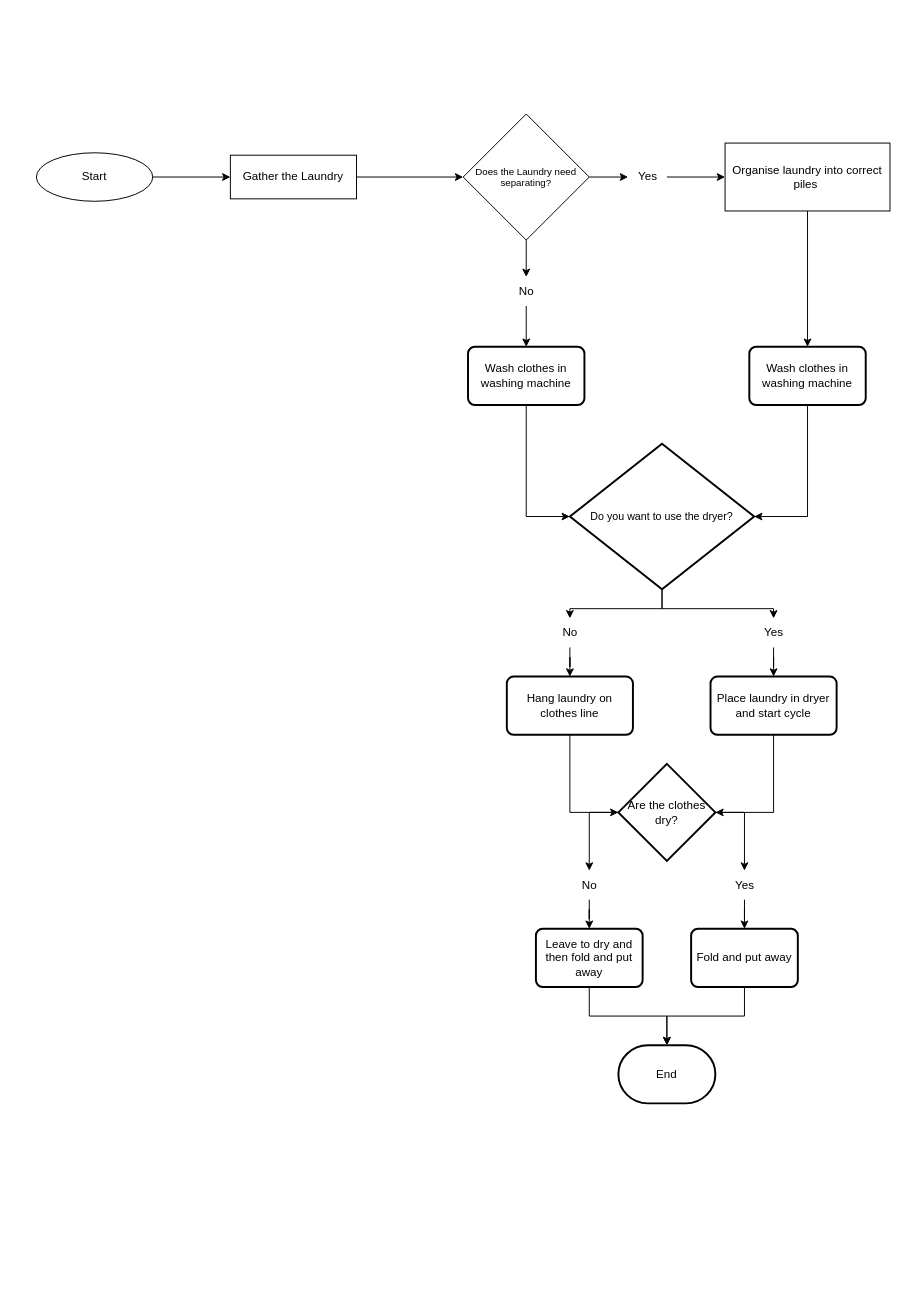
Before: Untitled Diagram.drawio in 200041237/HelloWorld, a draw.io diagram. Source tidied: cells renumbered, new cells numbered last; positions are measured from the earlier drawing's top-left corner, leaving out a move shared by most shapes. Both pictures are drawn from the tidied source at 97%, with x=0, y=0 at pixel (36, 113).
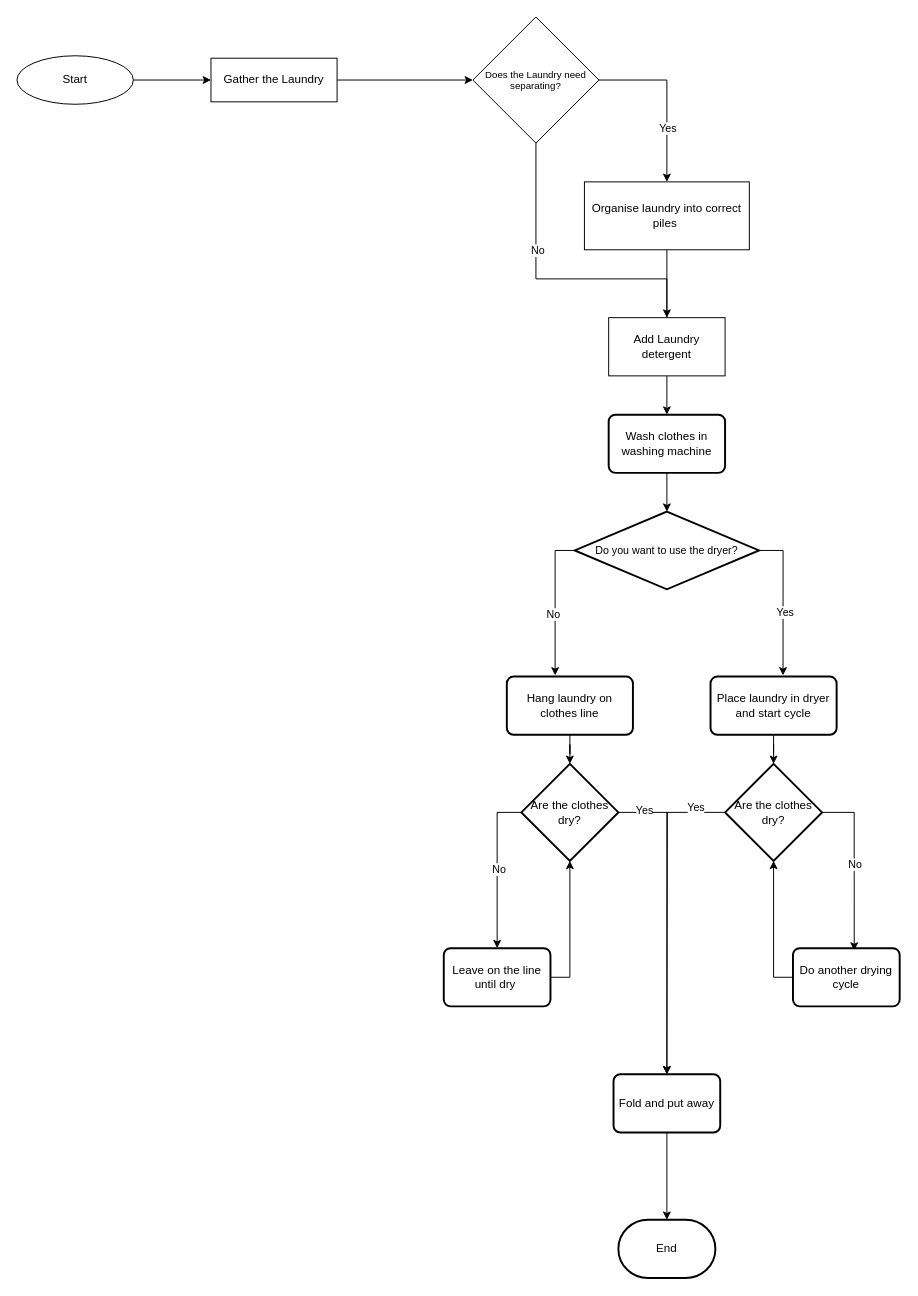
The same page after the edit.

Unchanged cells that the change refers to:
```xml
<mxCell id="26" value="Place laundry in dryer and start cycle" style="rounded=1;whiteSpace=wrap;html=1;absoluteArcSize=1;arcSize=14;strokeWidth=2;" parent="1" vertex="1">
  <mxGeometry x="695" y="580" width="130" height="60" as="geometry" />
</mxCell>
<mxCell id="27" value="Hang laundry on clothes line" style="rounded=1;whiteSpace=wrap;html=1;absoluteArcSize=1;arcSize=14;strokeWidth=2;" parent="1" vertex="1">
  <mxGeometry x="485" y="580" width="130" height="60" as="geometry" />
</mxCell>
```

Change to the diagram source:
```diff
@@
     <mxCell id="3" value="Start" style="ellipse;whiteSpace=wrap;html=1;" parent="1" vertex="1">
-      <mxGeometry y="40" width="120" height="50" as="geometry" />
+      <mxGeometry x="-20" y="-60" width="120" height="50" as="geometry" />
     </mxCell>
@@
     <mxCell id="5" value="Gather the Laundry" style="rounded=0;whiteSpace=wrap;html=1;" parent="1" vertex="1">
-      <mxGeometry x="200" y="42.5" width="130" height="45" as="geometry" />
+      <mxGeometry x="180" y="-57.5" width="130" height="45" as="geometry" />
     </mxCell>
-    <mxCell id="6" style="edgeStyle=orthogonalEdgeStyle;rounded=0;jettySize=auto;html=1;" parent="1" edge="1" source="8" target="12">
-      <mxGeometry relative="1" as="geometry">
-        <Array as="points">
-          <mxPoint x="505" y="190" />
-          <mxPoint x="505" y="190" />
-        </Array>
-      </mxGeometry>
-    </mxCell>
-    <mxCell id="7" style="edgeStyle=orthogonalEdgeStyle;rounded=0;jettySize=auto;html=1;" parent="1" edge="1" source="8" target="10">
-      <mxGeometry relative="1" as="geometry" />
-    </mxCell>
+    <mxCell id="42" style="edgeStyle=orthogonalEdgeStyle;rounded=0;jettySize=auto;html=1;exitX=0.5;exitY=1;exitDx=0;exitDy=0;" parent="1" edge="1" source="8">
+      <mxGeometry relative="1" as="geometry">
+        <mxPoint x="650" y="220" as="targetPoint" />
+        <Array as="points">
+          <mxPoint x="515" y="170" />
+          <mxPoint x="650" y="170" />
+        </Array>
+      </mxGeometry>
+    </mxCell>
+    <mxCell id="43" value="No" style="edgeLabel;html=1;align=center;verticalAlign=middle;" parent="42" vertex="1">
+      <mxGeometry x="-0.32" y="1" relative="1" as="geometry" />
+    </mxCell>
+    <mxCell id="44" style="edgeStyle=orthogonalEdgeStyle;rounded=0;jettySize=auto;html=1;entryX=0.5;entryY=0;entryDx=0;entryDy=0;exitX=1;exitY=0.5;exitDx=0;exitDy=0;" parent="1" edge="1" source="8" target="14">
+      <mxGeometry relative="1" as="geometry" />
+    </mxCell>
+    <mxCell id="45" value="Yes" style="edgeLabel;html=1;align=center;verticalAlign=middle;" parent="44" vertex="1">
+      <mxGeometry x="0.36" relative="1" as="geometry" />
+    </mxCell>
     <mxCell id="8" value="Does the Laundry need separating?" style="rhombus;align=center;whiteSpace=wrap;html=1;labelBorderColor=none;fontSize=10;" parent="1" vertex="1">
-      <mxGeometry x="440" width="130" height="130" as="geometry" />
+      <mxGeometry x="450" y="-100" width="130" height="130" as="geometry" />
     </mxCell>
-    <mxCell id="9" style="edgeStyle=orthogonalEdgeStyle;rounded=0;jettySize=auto;html=1;" parent="1" edge="1" source="10" target="14">
-      <mxGeometry relative="1" as="geometry" />
+    <mxCell id="9" style="edgeStyle=orthogonalEdgeStyle;rounded=0;jettySize=auto;html=1;" parent="1" edge="1" target="14">
+      <mxGeometry relative="1" as="geometry">
+        <mxPoint x="630" y="80" as="sourcePoint" />
+      </mxGeometry>
     </mxCell>
-    <mxCell id="10" value="Yes" style="text;html=1;align=center;verticalAlign=middle;points=[];strokeColor=none;fillColor=none;" parent="1" vertex="1">
-      <mxGeometry x="610" y="50" width="40" height="30" as="geometry" />
-    </mxCell>
-    <mxCell id="11" style="edgeStyle=orthogonalEdgeStyle;rounded=0;jettySize=auto;html=1;entryX=0.5;entryY=0;entryDx=0;entryDy=0;" parent="1" edge="1" source="12" target="15">
-      <mxGeometry relative="1" as="geometry" />
-    </mxCell>
-    <mxCell id="12" value="No" style="text;html=1;align=center;verticalAlign=middle;points=[];strokeColor=none;fillColor=none;" parent="1" vertex="1">
-      <mxGeometry x="485" y="168" width="40" height="30" as="geometry" />
-    </mxCell>
-    <mxCell id="13" style="edgeStyle=orthogonalEdgeStyle;rounded=0;jettySize=auto;html=1;entryX=0.5;entryY=0;entryDx=0;entryDy=0;" parent="1" edge="1" source="14" target="16">
-      <mxGeometry relative="1" as="geometry" />
-    </mxCell>
+    <mxCell id="46" style="edgeStyle=orthogonalEdgeStyle;rounded=0;jettySize=auto;html=1;entryX=0.5;entryY=0;entryDx=0;entryDy=0;" parent="1" edge="1" source="14" target="60">
+      <mxGeometry relative="1" as="geometry" />
+    </mxCell>
     <mxCell id="14" value="Organise laundry into correct piles&amp;nbsp;" style="rounded=0;whiteSpace=wrap;html=1;" parent="1" vertex="1">
-      <mxGeometry x="710" y="30" width="170" height="70" as="geometry" />
+      <mxGeometry x="565" y="70" width="170" height="70" as="geometry" />
     </mxCell>
+    <mxCell id="21" style="edgeStyle=orthogonalEdgeStyle;rounded=0;jettySize=auto;html=1;" parent="1" edge="1" source="15" target="19">
+      <mxGeometry relative="1" as="geometry" />
+    </mxCell>
     <mxCell id="15" value="Wash clothes in washing machine" style="rounded=1;whiteSpace=wrap;html=1;absoluteArcSize=1;arcSize=14;strokeWidth=2;" parent="1" vertex="1">
-      <mxGeometry x="445" y="240" width="120" height="60" as="geometry" />
+      <mxGeometry x="590" y="310" width="120" height="60" as="geometry" />
     </mxCell>
-    <mxCell id="16" value="Wash clothes in washing machine" style="rounded=1;whiteSpace=wrap;html=1;absoluteArcSize=1;arcSize=14;strokeWidth=2;" parent="1" vertex="1">
-      <mxGeometry x="735" y="240" width="120" height="60" as="geometry" />
-    </mxCell>
-    <mxCell id="17" style="edgeStyle=orthogonalEdgeStyle;rounded=0;jettySize=auto;html=1;" parent="1" edge="1" source="19" target="25">
+    <mxCell id="17" style="edgeStyle=orthogonalEdgeStyle;rounded=0;jettySize=auto;html=1;exitX=0;exitY=0.5;exitDx=0;exitDy=0;exitPerimeter=0;entryX=0.383;entryY=-0.02;entryDx=0;entryDy=0;entryPerimeter=0;" parent="1" edge="1" source="19" target="27">
       <mxGeometry relative="1" as="geometry" />
     </mxCell>
+    <mxCell id="47" value="No" style="edgeLabel;html=1;align=center;verticalAlign=middle;" parent="17" vertex="1">
+      <mxGeometry x="0.15" y="-2" relative="1" as="geometry" />
+    </mxCell>
-    <mxCell id="18" style="edgeStyle=orthogonalEdgeStyle;rounded=0;jettySize=auto;html=1;" parent="1" edge="1" source="19" target="23">
+    <mxCell id="18" style="edgeStyle=orthogonalEdgeStyle;rounded=0;jettySize=auto;html=1;exitX=1;exitY=0.5;exitDx=0;exitDy=0;exitPerimeter=0;entryX=0.575;entryY=-0.02;entryDx=0;entryDy=0;entryPerimeter=0;" parent="1" edge="1" source="19" target="26">
       <mxGeometry relative="1" as="geometry" />
     </mxCell>
+    <mxCell id="48" value="Yes" style="edgeLabel;html=1;align=center;verticalAlign=middle;" parent="18" vertex="1">
+      <mxGeometry x="0.15" y="2" relative="1" as="geometry" />
+    </mxCell>
     <mxCell id="19" value="&lt;div style=&quot;font-size: 11px;&quot;&gt;&lt;span style=&quot;background-color: initial; font-size: 11px;&quot;&gt;&lt;font style=&quot;font-size: 11px;&quot;&gt;Do you want to use the dryer?&lt;/font&gt;&lt;/span&gt;&lt;/div&gt;" style="strokeWidth=2;html=1;shape=mxgraph.flowchart.decision;whiteSpace=wrap;align=center;verticalAlign=middle;fontSize=11;spacing=0;" parent="1" vertex="1">
-      <mxGeometry x="550" y="340" width="190" height="150" as="geometry" />
+      <mxGeometry x="555" y="410" width="190" height="80" as="geometry" />
     </mxCell>
-    <mxCell id="20" style="edgeStyle=orthogonalEdgeStyle;rounded=0;jettySize=auto;html=1;entryX=1;entryY=0.5;entryDx=0;entryDy=0;entryPerimeter=0;" parent="1" edge="1" source="16" target="19">
-      <mxGeometry relative="1" as="geometry" />
-    </mxCell>
-    <mxCell id="21" style="edgeStyle=orthogonalEdgeStyle;rounded=0;jettySize=auto;html=1;entryX=0;entryY=0.5;entryDx=0;entryDy=0;entryPerimeter=0;" parent="1" edge="1" source="15" target="19">
-      <mxGeometry relative="1" as="geometry" />
-    </mxCell>
-    <mxCell id="22" style="edgeStyle=orthogonalEdgeStyle;rounded=0;jettySize=auto;html=1;" parent="1" edge="1" source="23" target="26">
-      <mxGeometry relative="1" as="geometry" />
-    </mxCell>
-    <mxCell id="23" value="Yes" style="text;html=1;align=center;verticalAlign=middle;points=[];strokeColor=none;fillColor=none;" parent="1" vertex="1">
-      <mxGeometry x="740" y="520" width="40" height="30" as="geometry" />
-    </mxCell>
-    <mxCell id="24" style="edgeStyle=orthogonalEdgeStyle;rounded=0;jettySize=auto;html=1;entryX=0.5;entryY=0;entryDx=0;entryDy=0;" parent="1" edge="1" source="25" target="27">
-      <mxGeometry relative="1" as="geometry" />
-    </mxCell>
-    <mxCell id="25" value="No" style="text;html=1;align=center;verticalAlign=middle;points=[];strokeColor=none;fillColor=none;" parent="1" vertex="1">
-      <mxGeometry x="530" y="520" width="40" height="30" as="geometry" />
-    </mxCell>
@@
+    <mxCell id="35" style="edgeStyle=orthogonalEdgeStyle;rounded=0;jettySize=auto;html=1;" parent="1" edge="1" source="27" target="30">
+      <mxGeometry relative="1" as="geometry" />
+    </mxCell>
@@
-    <mxCell id="28" style="edgeStyle=orthogonalEdgeStyle;rounded=0;jettySize=auto;html=1;" parent="1" edge="1" source="30" target="34">
-      <mxGeometry relative="1" as="geometry" />
-    </mxCell>
-    <mxCell id="29" style="edgeStyle=orthogonalEdgeStyle;rounded=0;jettySize=auto;html=1;" parent="1" edge="1" source="30" target="32">
-      <mxGeometry relative="1" as="geometry" />
-    </mxCell>
+    <mxCell id="49" style="edgeStyle=orthogonalEdgeStyle;rounded=0;jettySize=auto;html=1;entryX=0.5;entryY=0;entryDx=0;entryDy=0;exitX=0;exitY=0.5;exitDx=0;exitDy=0;exitPerimeter=0;" parent="1" edge="1" source="30" target="63">
+      <mxGeometry relative="1" as="geometry" />
+    </mxCell>
+    <mxCell id="50" value="No" style="edgeLabel;html=1;align=center;verticalAlign=middle;" parent="49" vertex="1">
+      <mxGeometry x="0.01" y="1" relative="1" as="geometry" />
+    </mxCell>
+    <mxCell id="51" style="edgeStyle=orthogonalEdgeStyle;rounded=0;jettySize=auto;html=1;" parent="1" edge="1" source="30">
+      <mxGeometry relative="1" as="geometry">
+        <mxPoint x="650" y="990" as="targetPoint" />
+      </mxGeometry>
+    </mxCell>
+    <mxCell id="52" value="Yes" style="edgeLabel;html=1;align=center;verticalAlign=middle;" parent="51" vertex="1">
+      <mxGeometry x="-0.84" y="3" relative="1" as="geometry" />
+    </mxCell>
     <mxCell id="30" value="Are the clothes dry?" style="strokeWidth=2;html=1;shape=mxgraph.flowchart.decision;whiteSpace=wrap;" parent="1" vertex="1">
-      <mxGeometry x="600" y="670" width="100" height="100" as="geometry" />
+      <mxGeometry x="500" y="670" width="100" height="100" as="geometry" />
     </mxCell>
-    <mxCell id="31" style="edgeStyle=orthogonalEdgeStyle;rounded=0;jettySize=auto;html=1;" parent="1" edge="1" source="32" target="37">
-      <mxGeometry relative="1" as="geometry" />
-    </mxCell>
-    <mxCell id="32" value="Yes" style="text;html=1;align=center;verticalAlign=middle;points=[];strokeColor=none;fillColor=none;" parent="1" vertex="1">
-      <mxGeometry x="710" y="780" width="40" height="30" as="geometry" />
-    </mxCell>
-    <mxCell id="33" style="edgeStyle=orthogonalEdgeStyle;rounded=0;jettySize=auto;html=1;" parent="1" edge="1" source="34" target="39">
-      <mxGeometry relative="1" as="geometry" />
-    </mxCell>
-    <mxCell id="34" value="No" style="text;html=1;align=center;verticalAlign=middle;points=[];strokeColor=none;fillColor=none;" parent="1" vertex="1">
-      <mxGeometry x="550" y="780" width="40" height="30" as="geometry" />
-    </mxCell>
-    <mxCell id="35" style="edgeStyle=orthogonalEdgeStyle;rounded=0;jettySize=auto;html=1;entryX=0;entryY=0.5;entryDx=0;entryDy=0;entryPerimeter=0;" parent="1" edge="1" source="27" target="30">
-      <mxGeometry relative="1" as="geometry" />
-    </mxCell>
-    <mxCell id="36" style="edgeStyle=orthogonalEdgeStyle;rounded=0;jettySize=auto;html=1;entryX=1;entryY=0.5;entryDx=0;entryDy=0;entryPerimeter=0;" parent="1" edge="1" source="26" target="30">
-      <mxGeometry relative="1" as="geometry" />
-    </mxCell>
     <mxCell id="37" value="Fold and put away" style="rounded=1;whiteSpace=wrap;html=1;absoluteArcSize=1;arcSize=14;strokeWidth=2;" parent="1" vertex="1">
-      <mxGeometry x="675" y="840" width="110" height="60" as="geometry" />
+      <mxGeometry x="595" y="990" width="110" height="60" as="geometry" />
     </mxCell>
-    <mxCell id="38" style="edgeStyle=orthogonalEdgeStyle;rounded=0;jettySize=auto;html=1;" parent="1" edge="1" source="39" target="40">
-      <mxGeometry relative="1" as="geometry" />
-    </mxCell>
-    <mxCell id="39" value="Leave to dry and then fold and put away" style="rounded=1;whiteSpace=wrap;html=1;absoluteArcSize=1;arcSize=14;strokeWidth=2;" parent="1" vertex="1">
-      <mxGeometry x="515" y="840" width="110" height="60" as="geometry" />
-    </mxCell>
     <mxCell id="40" value="End" style="strokeWidth=2;html=1;shape=mxgraph.flowchart.terminator;whiteSpace=wrap;" parent="1" vertex="1">
-      <mxGeometry x="600" y="960" width="100" height="60" as="geometry" />
+      <mxGeometry x="600" y="1140" width="100" height="60" as="geometry" />
     </mxCell>
+    <mxCell id="53" style="edgeStyle=orthogonalEdgeStyle;rounded=0;jettySize=auto;html=1;entryX=0.5;entryY=0;entryDx=0;entryDy=0;" parent="1" edge="1" source="57" target="37">
+      <mxGeometry relative="1" as="geometry" />
+    </mxCell>
+    <mxCell id="54" value="Yes" style="edgeLabel;html=1;align=center;verticalAlign=middle;" parent="53" vertex="1">
+      <mxGeometry x="-0.82" y="-6" relative="1" as="geometry">
+        <mxPoint x="-1" as="offset" />
+      </mxGeometry>
+    </mxCell>
+    <mxCell id="55" style="edgeStyle=orthogonalEdgeStyle;rounded=0;jettySize=auto;html=1;entryX=0.574;entryY=0.041;entryDx=0;entryDy=0;entryPerimeter=0;exitX=1;exitY=0.5;exitDx=0;exitDy=0;exitPerimeter=0;" parent="1" edge="1" source="57" target="62">
+      <mxGeometry relative="1" as="geometry" />
+    </mxCell>
+    <mxCell id="56" value="No" style="edgeLabel;html=1;align=center;verticalAlign=middle;" parent="55" vertex="1">
+      <mxGeometry x="-0.01" relative="1" as="geometry" />
+    </mxCell>
+    <mxCell id="57" value="Are the clothes dry?" style="strokeWidth=2;html=1;shape=mxgraph.flowchart.decision;whiteSpace=wrap;" parent="1" vertex="1">
+      <mxGeometry x="710" y="670" width="100" height="100" as="geometry" />
+    </mxCell>
+    <mxCell id="58" style="edgeStyle=orthogonalEdgeStyle;rounded=0;jettySize=auto;html=1;entryX=0.5;entryY=0;entryDx=0;entryDy=0;entryPerimeter=0;" parent="1" edge="1" source="26" target="57">
+      <mxGeometry relative="1" as="geometry" />
+    </mxCell>
+    <mxCell id="59" style="edgeStyle=orthogonalEdgeStyle;rounded=0;jettySize=auto;html=1;" parent="1" edge="1" source="60" target="15">
+      <mxGeometry relative="1" as="geometry" />
+    </mxCell>
+    <mxCell id="60" value="Add Laundry detergent" style="whiteSpace=wrap;html=1;" parent="1" vertex="1">
+      <mxGeometry x="590" y="210" width="120" height="60" as="geometry" />
+    </mxCell>
+    <mxCell id="61" style="edgeStyle=orthogonalEdgeStyle;rounded=0;jettySize=auto;html=1;exitX=0;exitY=0.5;exitDx=0;exitDy=0;entryX=0.5;entryY=1;entryDx=0;entryDy=0;entryPerimeter=0;" parent="1" edge="1" source="62" target="57">
+      <mxGeometry relative="1" as="geometry" />
+    </mxCell>
+    <mxCell id="62" value="Do another drying cycle" style="rounded=1;whiteSpace=wrap;html=1;absoluteArcSize=1;arcSize=14;strokeWidth=2;" parent="1" vertex="1">
+      <mxGeometry x="780" y="860" width="110" height="60" as="geometry" />
+    </mxCell>
+    <mxCell id="63" value="Leave on the line until dry&amp;nbsp;" style="rounded=1;whiteSpace=wrap;html=1;absoluteArcSize=1;arcSize=14;strokeWidth=2;" parent="1" vertex="1">
+      <mxGeometry x="420" y="860" width="110" height="60" as="geometry" />
+    </mxCell>
+    <mxCell id="64" style="edgeStyle=orthogonalEdgeStyle;rounded=0;jettySize=auto;html=1;entryX=0.5;entryY=1;entryDx=0;entryDy=0;entryPerimeter=0;exitX=1;exitY=0.5;exitDx=0;exitDy=0;" parent="1" edge="1" source="63" target="30">
+      <mxGeometry relative="1" as="geometry" />
+    </mxCell>
```
